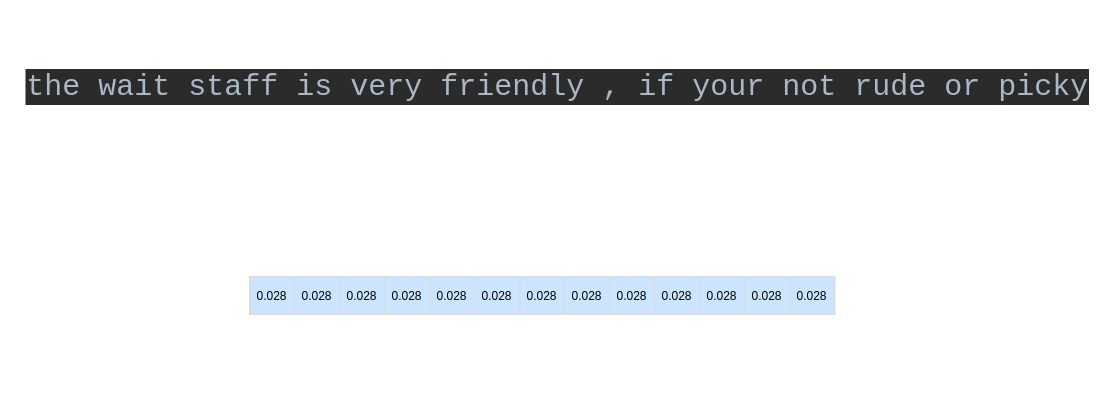
Above: case study.drawio in zhaicao/images (draw.io), before the change. Source tidied: cells renumbered, new cells numbered last; positions are measured from the earlier drawing's top-left corner, leaving out a move shared by most shapes. Both pictures are drawn from the tidied source at 150%, with x=0, y=0 at pixel (54, 26).
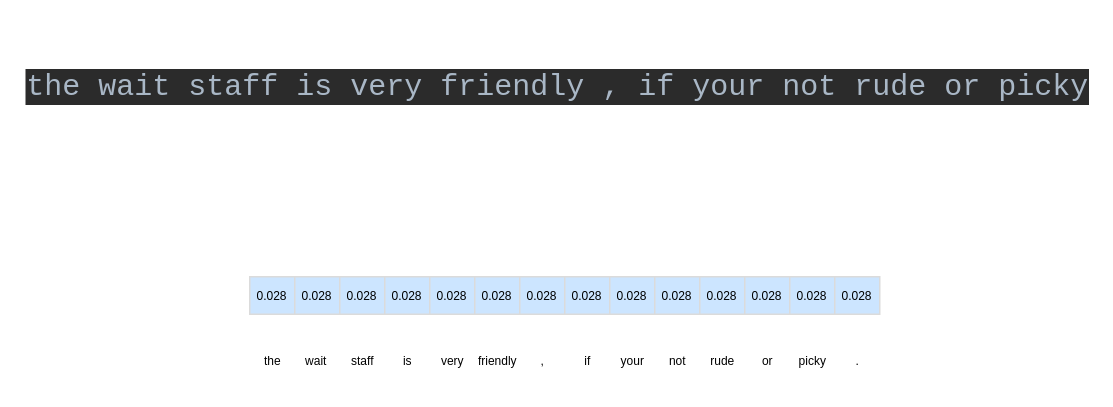
Above is the later version.

The edit, as a diff of the source:
```diff
@@
+    <mxCell id="16" value="&lt;font style=&quot;font-size: 8px;&quot;&gt;the&lt;/font&gt;" style="text;html=1;align=center;verticalAlign=middle;strokeColor=none;fillColor=none;" parent="1" vertex="1">
+      <mxGeometry x="130" y="207" width="30" height="30" as="geometry" />
+    </mxCell>
+    <mxCell id="17" value="&lt;font style=&quot;font-size: 8px;&quot;&gt;wait&lt;/font&gt;" style="text;html=1;align=center;verticalAlign=middle;strokeColor=none;fillColor=none;" parent="1" vertex="1">
+      <mxGeometry x="154" y="207" width="40" height="30" as="geometry" />
+    </mxCell>
+    <mxCell id="18" value="&lt;font style=&quot;font-size: 8px;&quot;&gt;staff&lt;/font&gt;" style="text;html=1;align=center;verticalAlign=middle;strokeColor=none;fillColor=none;" parent="1" vertex="1">
+      <mxGeometry x="185" y="207" width="40" height="30" as="geometry" />
+    </mxCell>
+    <mxCell id="19" value="&lt;font style=&quot;font-size: 8px;&quot;&gt;is&lt;/font&gt;" style="text;html=1;align=center;verticalAlign=middle;strokeColor=none;fillColor=none;" parent="1" vertex="1">
+      <mxGeometry x="220" y="207" width="30" height="30" as="geometry" />
+    </mxCell>
+    <mxCell id="20" value="&lt;font style=&quot;font-size: 8px;&quot;&gt;very&lt;/font&gt;" style="text;html=1;align=center;verticalAlign=middle;strokeColor=none;fillColor=none;" parent="1" vertex="1">
+      <mxGeometry x="245" y="207" width="40" height="30" as="geometry" />
+    </mxCell>
+    <mxCell id="21" value="&lt;font style=&quot;font-size: 8px;&quot;&gt;friendly&lt;/font&gt;" style="text;html=1;align=center;verticalAlign=middle;strokeColor=none;fillColor=none;" parent="1" vertex="1">
+      <mxGeometry x="270" y="207" width="50" height="30" as="geometry" />
+    </mxCell>
+    <mxCell id="22" value="&lt;span style=&quot;font-size: 8px;&quot;&gt;,&lt;/span&gt;" style="text;html=1;align=center;verticalAlign=middle;strokeColor=none;fillColor=none;" parent="1" vertex="1">
+      <mxGeometry x="310" y="207" width="30" height="30" as="geometry" />
+    </mxCell>
+    <mxCell id="23" value="&lt;span style=&quot;font-size: 8px;&quot;&gt;if&lt;/span&gt;" style="text;html=1;align=center;verticalAlign=middle;strokeColor=none;fillColor=none;" parent="1" vertex="1">
+      <mxGeometry x="340" y="207" width="30" height="30" as="geometry" />
+    </mxCell>
+    <mxCell id="24" value="&lt;span style=&quot;font-size: 8px;&quot;&gt;your&lt;/span&gt;" style="text;html=1;align=center;verticalAlign=middle;strokeColor=none;fillColor=none;" parent="1" vertex="1">
+      <mxGeometry x="365" y="207" width="40" height="30" as="geometry" />
+    </mxCell>
+    <mxCell id="25" value="&lt;span style=&quot;font-size: 8px;&quot;&gt;not&lt;/span&gt;" style="text;html=1;align=center;verticalAlign=middle;strokeColor=none;fillColor=none;" parent="1" vertex="1">
+      <mxGeometry x="400" y="207" width="30" height="30" as="geometry" />
+    </mxCell>
+    <mxCell id="26" value="&lt;span style=&quot;font-size: 8px;&quot;&gt;rude&lt;/span&gt;" style="text;html=1;align=center;verticalAlign=middle;strokeColor=none;fillColor=none;" parent="1" vertex="1">
+      <mxGeometry x="425" y="207" width="40" height="30" as="geometry" />
+    </mxCell>
+    <mxCell id="27" value="&lt;span style=&quot;font-size: 8px;&quot;&gt;or&lt;/span&gt;" style="text;html=1;align=center;verticalAlign=middle;strokeColor=none;fillColor=none;" parent="1" vertex="1">
+      <mxGeometry x="460" y="207" width="30" height="30" as="geometry" />
+    </mxCell>
+    <mxCell id="28" value="&lt;span style=&quot;font-size: 8px;&quot;&gt;picky&lt;/span&gt;" style="text;html=1;align=center;verticalAlign=middle;strokeColor=none;fillColor=none;" parent="1" vertex="1">
+      <mxGeometry x="485" y="207" width="40" height="30" as="geometry" />
+    </mxCell>
+    <mxCell id="29" value="&lt;font style=&quot;font-size: 8px;&quot;&gt;0.028&lt;/font&gt;" style="whiteSpace=wrap;html=1;strokeColor=#DBDBDB;fillColor=#cce5ff;fontSize=8;" parent="1" vertex="1">
+      <mxGeometry x="520" y="167" width="30" height="25" as="geometry" />
+    </mxCell>
+    <mxCell id="30" value="&lt;span style=&quot;font-size: 8px;&quot;&gt;.&lt;/span&gt;" style="text;html=1;align=center;verticalAlign=middle;strokeColor=none;fillColor=none;" parent="1" vertex="1">
+      <mxGeometry x="520" y="207" width="30" height="30" as="geometry" />
+    </mxCell>
```
